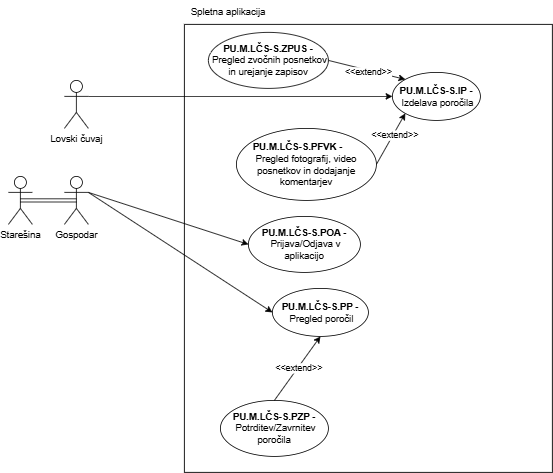
This is Lovski cuvaj-Spletna aplikacija.drawio.png from ErnestISv/Lovstvo, a draw.io export, as it was before one commit. Source tidied: cells renumbered, new cells last; positions are measured from the earlier drawing's top-left corner, leaving out a move shared by most shapes.
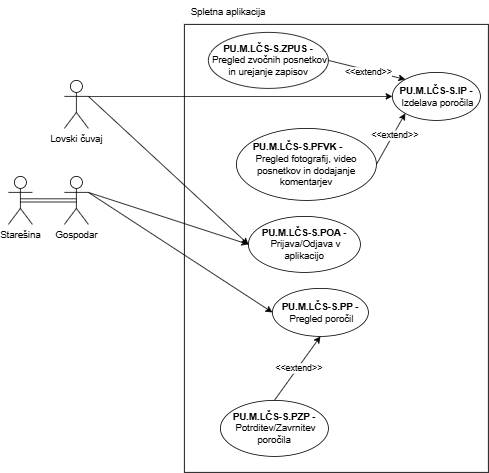
After the change.

What changed in the source:
```diff
@@ -3,7 +3,7 @@
     <mxCell id="0" />
     <mxCell id="1" parent="0" />
     <mxCell id="2" style="rounded=0;whiteSpace=wrap;html=1;" parent="1" vertex="1">
-      <mxGeometry x="220" y="30" width="460" height="560" as="geometry" />
+      <mxGeometry x="220" y="30" width="380" height="560" as="geometry" />
     </mxCell>
     <mxCell id="3" value="Lovski čuvaj" style="shape=umlActor;verticalLabelPosition=bottom;verticalAlign=top;html=1;outlineConnect=0;" parent="1" vertex="1">
       <mxGeometry x="70" y="100" width="30" height="60" as="geometry" />
@@ -67,5 +67,8 @@
     <mxCell id="22" style="edgeStyle=orthogonalEdgeStyle;shape=link;rounded=0;jettySize=auto;html=1;exitX=0.5;exitY=0.5;exitDx=0;exitDy=0;exitPerimeter=0;entryX=0.5;entryY=0.5;entryDx=0;entryDy=0;entryPerimeter=0;" parent="1" edge="1" source="4" target="5">
       <mxGeometry relative="1" as="geometry" />
     </mxCell>
+    <mxCell id="23" style="endArrow=classic;html=1;rounded=0;exitX=1;exitY=0.3333333333333333;exitDx=0;exitDy=0;exitPerimeter=0;entryX=0;entryY=0.5;entryDx=0;entryDy=0;" parent="1" edge="1" source="3" target="12">
+      <mxGeometry relative="1" as="geometry" />
+    </mxCell>
   </root>
 </mxGraphModel>
```
